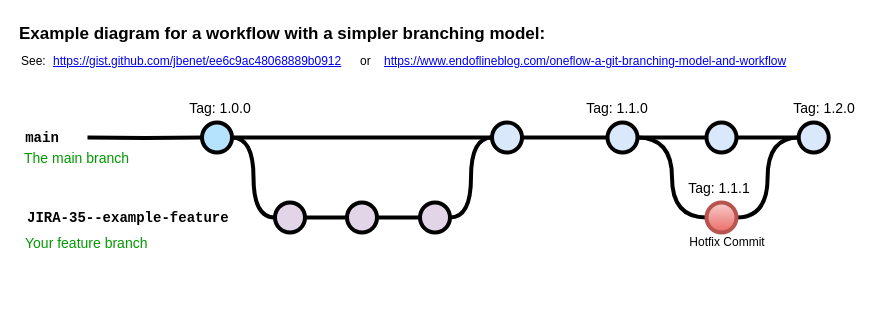
Before: Untitled Diagram.drawio in mbetancourt82/mbetancourt, a draw.io diagram. Source tidied: cells renumbered, new cells numbered last; positions are measured from the earlier drawing's top-left corner, leaving out a move shared by most shapes. Both pictures are drawn from the tidied source at 100%, with x=0, y=0 at pixel (17, 17).
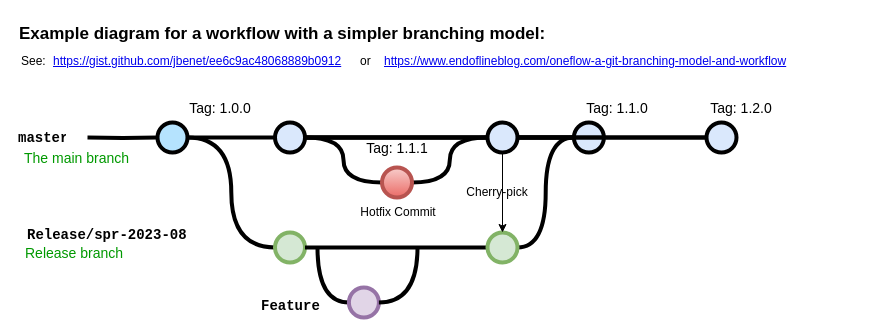
The same diagram, later.

Commit message:
Update release-flow Diagram.drawio

The change refers to these unchanged cells:
```xml
<mxCell id="14" style="verticalLabelPosition=bottom;verticalAlign=top;html=1;strokeWidth=4;shape=mxgraph.flowchart.on-page_reference;plain-blue;gradientColor=none;strokeColor=#000000;" parent="1" vertex="1">
  <mxGeometry x="689" y="105" width="30" height="30" as="geometry" />
</mxCell>
```

The edit, as a diff of the source:
```diff
@@
-    <mxCell id="5" style="edgeStyle=orthogonalEdgeStyle;rounded=0;html=1;jettySize=auto;plain-blue;endArrow=none;endFill=0;strokeWidth=4;strokeColor=#000000;" parent="1" edge="1" source="7" target="9">
+    <mxCell id="5" style="edgeStyle=orthogonalEdgeStyle;rounded=0;html=1;jettySize=auto;plain-blue;endArrow=none;endFill=0;strokeWidth=4;strokeColor=#000000;" parent="1" edge="1" source="12" target="9">
       <mxGeometry x="304.5" y="180" as="geometry" />
     </mxCell>
@@
     <mxCell id="7" style="verticalLabelPosition=bottom;verticalAlign=top;html=1;strokeWidth=4;shape=mxgraph.flowchart.on-page_reference;plain-blue;gradientColor=none;fillColor=#B5E3Fe;strokeColor=#000000;" parent="1" vertex="1">
-      <mxGeometry x="184.5" y="105" width="30" height="30" as="geometry" />
+      <mxGeometry x="140" y="105" width="30" height="30" as="geometry" />
     </mxCell>
@@
     <mxCell id="9" style="verticalLabelPosition=bottom;verticalAlign=top;html=1;strokeWidth=4;shape=mxgraph.flowchart.on-page_reference;plain-blue;gradientColor=none;strokeColor=#000000;" parent="1" vertex="1">
-      <mxGeometry x="474.5" y="105" width="30" height="30" as="geometry" />
+      <mxGeometry x="556.4" y="105" width="30" height="30" as="geometry" />
     </mxCell>
-    <mxCell id="10" style="edgeStyle=orthogonalEdgeStyle;curved=1;rounded=0;jettySize=auto;html=1;endArrow=none;endFill=0;strokeWidth=4;fontFamily=Courier New;fontSize=16;" parent="1" edge="1" source="12" target="14">
+    <mxCell id="10" style="edgeStyle=orthogonalEdgeStyle;curved=1;rounded=0;jettySize=auto;html=1;endArrow=none;endFill=0;strokeWidth=4;fontFamily=Courier New;fontSize=16;" parent="1" edge="1" source="15" target="14">
       <mxGeometry relative="1" as="geometry" />
     </mxCell>
@@
-    <mxCell id="12" style="verticalLabelPosition=bottom;verticalAlign=top;html=1;strokeWidth=4;shape=mxgraph.flowchart.on-page_reference;plain-blue;gradientColor=none;strokeColor=#000000;" parent="1" vertex="1">
-      <mxGeometry x="590" y="105" width="30" height="30" as="geometry" />
-    </mxCell>
@@
-    <mxCell id="15" style="verticalLabelPosition=bottom;verticalAlign=top;html=1;strokeWidth=4;shape=mxgraph.flowchart.on-page_reference;plain-blue;gradientColor=none;strokeColor=#000000;" parent="1" vertex="1">
-      <mxGeometry x="781.2" y="105" width="30" height="30" as="geometry" />
-    </mxCell>
@@
-    <mxCell id="17" value="main" style="text;html=1;strokeColor=none;fillColor=none;align=center;verticalAlign=middle;whiteSpace=wrap;overflow=hidden;fontSize=14;fontStyle=1;fontFamily=Courier New;" parent="1" vertex="1">
+    <mxCell id="17" value="master" style="text;html=1;strokeColor=none;fillColor=none;align=center;verticalAlign=middle;whiteSpace=wrap;overflow=hidden;fontSize=14;fontStyle=1;fontFamily=Courier New;" parent="1" vertex="1">
       <mxGeometry y="110" width="50" height="20" as="geometry" />
     </mxCell>
-    <mxCell id="18" style="edgeStyle=orthogonalEdgeStyle;curved=1;rounded=0;html=1;exitX=1;exitY=0.5;exitPerimeter=0;entryX=0;entryY=0.5;entryPerimeter=0;endArrow=none;endFill=0;jettySize=auto;strokeWidth=4;fontSize=15;" parent="1" edge="1" source="19" target="21">
-      <mxGeometry relative="1" as="geometry" />
+    <mxCell id="18" style="edgeStyle=orthogonalEdgeStyle;curved=1;rounded=0;html=1;entryX=0;entryY=0.5;entryPerimeter=0;endArrow=none;endFill=0;jettySize=auto;strokeWidth=4;fontSize=15;entryDx=0;entryDy=0;" parent="1" edge="1" target="40">
+      <mxGeometry relative="1" as="geometry">
+        <mxPoint x="300" y="230" as="sourcePoint" />
+        <Array as="points">
+          <mxPoint x="300" y="285" />
+        </Array>
+      </mxGeometry>
     </mxCell>
-    <mxCell id="19" style="verticalLabelPosition=bottom;verticalAlign=top;html=1;strokeWidth=4;shape=mxgraph.flowchart.on-page_reference;plain-purple;gradientColor=none;strokeColor=#000000;" parent="1" vertex="1">
-      <mxGeometry x="257.5" y="185" width="30" height="30" as="geometry" />
+    <mxCell id="19" style="verticalLabelPosition=bottom;verticalAlign=top;html=1;strokeWidth=4;shape=mxgraph.flowchart.on-page_reference;strokeColor=#82b366;fillColor=#d5e8d4;" parent="1" vertex="1">
+      <mxGeometry x="257.5" y="215" width="30" height="30" as="geometry" />
     </mxCell>
-    <mxCell id="20" style="edgeStyle=orthogonalEdgeStyle;curved=1;rounded=0;html=1;exitX=1;exitY=0.5;exitPerimeter=0;entryX=0;entryY=0.5;entryPerimeter=0;endArrow=none;endFill=0;jettySize=auto;strokeWidth=4;fontSize=15;" parent="1" edge="1" source="21" target="23">
+    <mxCell id="20" style="edgeStyle=orthogonalEdgeStyle;curved=1;rounded=0;html=1;exitX=1;exitY=0.5;exitPerimeter=0;entryX=0;entryY=0.5;entryPerimeter=0;endArrow=none;endFill=0;jettySize=auto;strokeWidth=4;fontSize=15;exitDx=0;exitDy=0;" parent="1" edge="1" source="19" target="23">
       <mxGeometry relative="1" as="geometry" />
     </mxCell>
-    <mxCell id="21" style="verticalLabelPosition=bottom;verticalAlign=top;html=1;strokeWidth=4;shape=mxgraph.flowchart.on-page_reference;plain-purple;gradientColor=none;strokeColor=#000000;" parent="1" vertex="1">
-      <mxGeometry x="329.5" y="185" width="30" height="30" as="geometry" />
-    </mxCell>
@@
-    <mxCell id="23" style="verticalLabelPosition=bottom;verticalAlign=top;html=1;strokeWidth=4;shape=mxgraph.flowchart.on-page_reference;plain-purple;gradientColor=none;strokeColor=#000000;" parent="1" vertex="1">
-      <mxGeometry x="402.5" y="185" width="30" height="30" as="geometry" />
+    <mxCell id="23" style="verticalLabelPosition=bottom;verticalAlign=top;html=1;strokeWidth=4;shape=mxgraph.flowchart.on-page_reference;strokeColor=#82b366;fillColor=#d5e8d4;" parent="1" vertex="1">
+      <mxGeometry x="470" y="215" width="30" height="30" as="geometry" />
     </mxCell>
-    <mxCell id="24" value="JIRA-35--example-feature" style="text;html=1;strokeColor=none;fillColor=none;align=left;verticalAlign=middle;whiteSpace=wrap;overflow=hidden;fontSize=14;fontStyle=1;fontFamily=Courier New;" parent="1" vertex="1">
-      <mxGeometry x="7.5" y="190" width="240" height="20" as="geometry" />
+    <mxCell id="24" value="Release/spr-2023-08" style="text;html=1;strokeColor=none;fillColor=none;align=left;verticalAlign=middle;whiteSpace=wrap;overflow=hidden;fontSize=14;fontStyle=1;fontFamily=Courier New;" parent="1" vertex="1">
+      <mxGeometry x="7.5" y="207" width="240" height="20" as="geometry" />
     </mxCell>
@@
-    <mxCell id="26" value="Your feature branch" style="text;html=1;strokeColor=none;fillColor=none;align=left;verticalAlign=middle;whiteSpace=wrap;overflow=hidden;fontSize=14;fontStyle=0;fontColor=#009900;" parent="1" vertex="1">
-      <mxGeometry x="6.2" y="215" width="202.2" height="20" as="geometry" />
+    <mxCell id="26" value="Release branch" style="text;html=1;strokeColor=none;fillColor=none;align=left;verticalAlign=middle;whiteSpace=wrap;overflow=hidden;fontSize=14;fontStyle=0;fontColor=#009900;" parent="1" vertex="1">
+      <mxGeometry x="6.2" y="225" width="202.2" height="20" as="geometry" />
     </mxCell>
@@
     <mxCell id="32" style="verticalLabelPosition=bottom;verticalAlign=top;html=1;strokeWidth=4;shape=mxgraph.flowchart.on-page_reference;plain-blue;gradientColor=#EA6B66;strokeColor=#B85450;fillColor=#F8CECC;" parent="1" vertex="1">
-      <mxGeometry x="689" y="185" width="30" height="30" as="geometry" />
+      <mxGeometry x="364.5" y="150" width="30" height="30" as="geometry" />
     </mxCell>
     <mxCell id="33" value="Hotfix Commit" style="text;html=1;strokeColor=none;fillColor=none;align=center;verticalAlign=middle;whiteSpace=wrap;overflow=hidden;" parent="1" vertex="1">
-      <mxGeometry x="669.5" y="210" width="80" height="30" as="geometry" />
+      <mxGeometry x="340.6" y="180" width="80" height="30" as="geometry" />
     </mxCell>
     <mxCell id="34" value="Tag: 1.1.1" style="text;html=1;strokeColor=none;fillColor=none;align=center;verticalAlign=middle;whiteSpace=wrap;overflow=hidden;fontSize=14;" parent="1" vertex="1">
-      <mxGeometry x="666.8" y="160" width="70" height="20" as="geometry" />
+      <mxGeometry x="344.5" y="120" width="70" height="20" as="geometry" />
     </mxCell>
     <mxCell id="35" value="Tag: 1.2.0" style="text;html=1;strokeColor=none;fillColor=none;align=center;verticalAlign=middle;whiteSpace=wrap;overflow=hidden;fontSize=14;" parent="1" vertex="1">
-      <mxGeometry x="772.2" y="80" width="70" height="20" as="geometry" />
+      <mxGeometry x="689" y="80" width="70" height="20" as="geometry" />
     </mxCell>
+    <mxCell id="36" style="edgeStyle=orthogonalEdgeStyle;rounded=0;html=1;jettySize=auto;plain-blue;endArrow=none;endFill=0;strokeWidth=4;strokeColor=#000000;" parent="1" edge="1" source="7" target="12">
+      <mxGeometry x="304.5" y="180" as="geometry" />
+    </mxCell>
+    <mxCell id="12" style="verticalLabelPosition=bottom;verticalAlign=top;html=1;strokeWidth=4;shape=mxgraph.flowchart.on-page_reference;plain-blue;gradientColor=none;strokeColor=#000000;" parent="1" vertex="1">
+      <mxGeometry x="257.5" y="105" width="30" height="30" as="geometry" />
+    </mxCell>
+    <mxCell id="37" style="edgeStyle=orthogonalEdgeStyle;curved=1;rounded=0;jettySize=auto;html=1;endArrow=none;endFill=0;strokeWidth=4;fontFamily=Courier New;fontSize=16;" parent="1" edge="1" source="12" target="15">
+      <mxGeometry relative="1" as="geometry" />
+    </mxCell>
+    <mxCell id="38" style="edgeStyle=orthogonalEdgeStyle;rounded=0;jettySize=auto;html=1;" parent="1" edge="1" source="15" target="23">
+      <mxGeometry relative="1" as="geometry" />
+    </mxCell>
+    <mxCell id="15" style="verticalLabelPosition=bottom;verticalAlign=top;html=1;strokeWidth=4;shape=mxgraph.flowchart.on-page_reference;plain-blue;gradientColor=none;strokeColor=#000000;" parent="1" vertex="1">
+      <mxGeometry x="470" y="105" width="30" height="30" as="geometry" />
+    </mxCell>
+    <mxCell id="39" value="Cherry-pick" style="text;html=1;strokeColor=none;fillColor=none;align=center;verticalAlign=middle;whiteSpace=wrap;overflow=hidden;" parent="1" vertex="1">
+      <mxGeometry x="440" y="160" width="80" height="30" as="geometry" />
+    </mxCell>
+    <mxCell id="40" style="verticalLabelPosition=bottom;verticalAlign=top;html=1;strokeWidth=4;shape=mxgraph.flowchart.on-page_reference;strokeColor=#9673a6;fillColor=#e1d5e7;" parent="1" vertex="1">
+      <mxGeometry x="331.4" y="270" width="30" height="30" as="geometry" />
+    </mxCell>
+    <mxCell id="41" style="edgeStyle=orthogonalEdgeStyle;curved=1;rounded=0;html=1;endArrow=none;endFill=0;jettySize=auto;strokeWidth=4;fontSize=15;exitX=1;exitY=0.5;exitDx=0;exitDy=0;exitPerimeter=0;" parent="1" edge="1" source="40">
+      <mxGeometry relative="1" as="geometry">
+        <mxPoint x="400" y="230" as="targetPoint" />
+        <Array as="points">
+          <mxPoint x="400" y="285" />
+        </Array>
+      </mxGeometry>
+    </mxCell>
+    <mxCell id="42" value="Feature" style="text;html=1;strokeColor=none;fillColor=none;align=left;verticalAlign=middle;whiteSpace=wrap;overflow=hidden;fontSize=14;fontStyle=1;fontFamily=Courier New;" parent="1" vertex="1">
+      <mxGeometry x="241.5" y="278" width="69.5" height="20" as="geometry" />
+    </mxCell>
```
